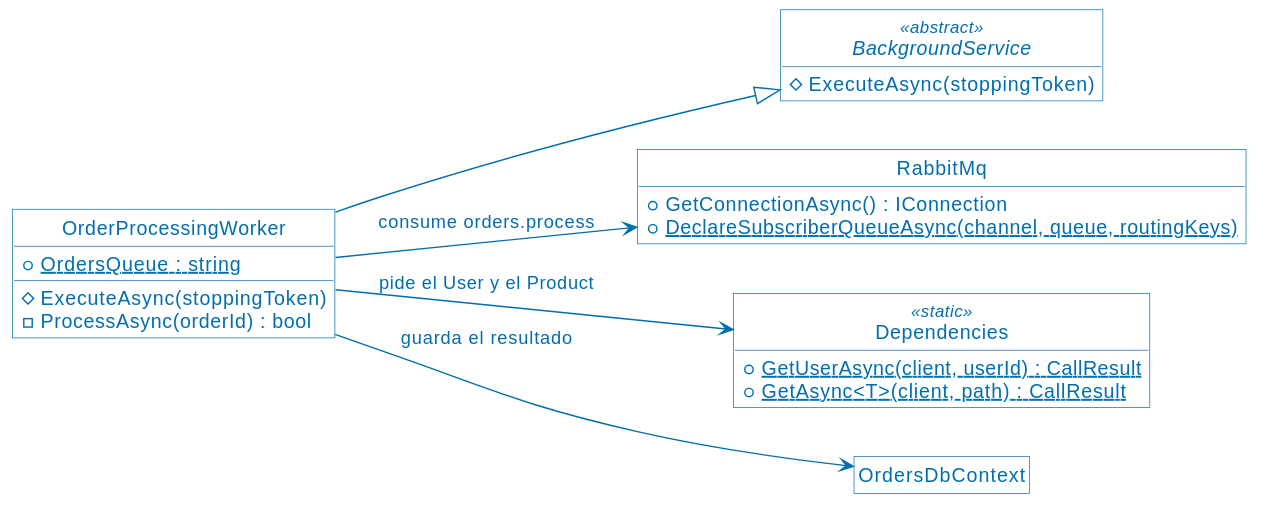
This is assets/07-competing-consumers-clases.svg from ucudal/ANDIS2_UT4_DEMO1, a PlantUML export, as it was before one commit.
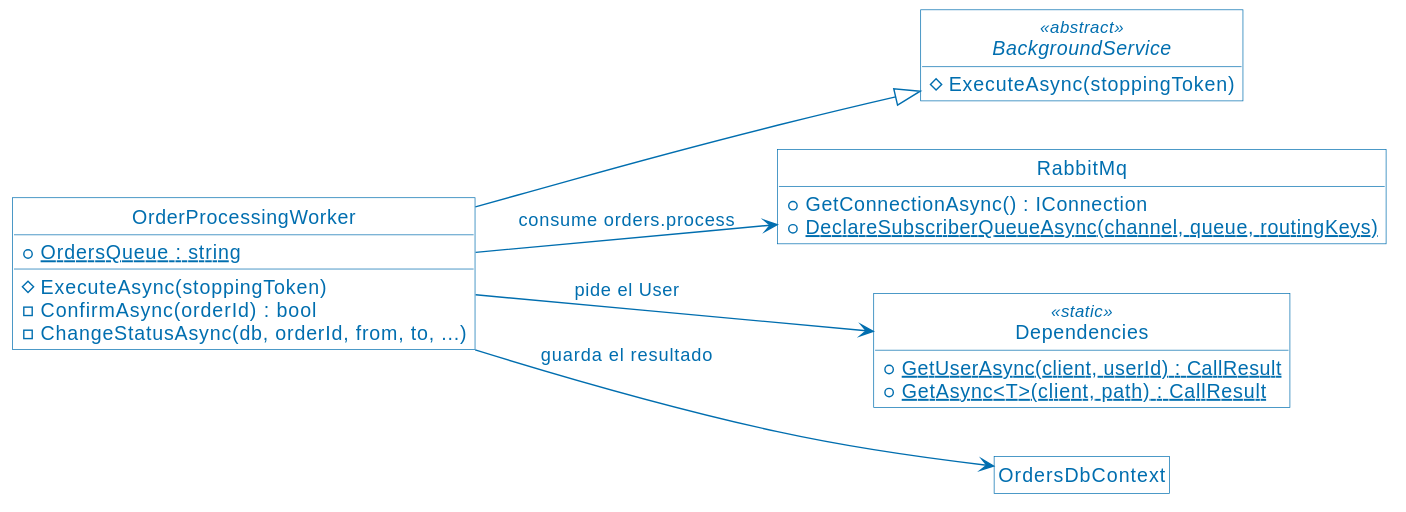
The same file after the commit.

What changed in the source:
```diff
@@ -9,7 +9,8 @@
 class OrderProcessingWorker {
   {static} +OrdersQueue : string
   #ExecuteAsync(stoppingToken)
-  -ProcessAsync(orderId) : bool
+  -ConfirmAsync(orderId) : bool
+  -ChangeStatusAsync(db, orderId, from, to, ...)
 }
 class RabbitMq {
   +GetConnectionAsync() : IConnection
@@ -23,6 +24,6 @@
 
 OrderProcessingWorker --|> BackgroundService
 OrderProcessingWorker --> RabbitMq : consume orders.process
-OrderProcessingWorker --> Dependencies : pide el User y el Product
+OrderProcessingWorker --> Dependencies : pide el User
 OrderProcessingWorker --> OrdersDbContext : guarda el resultado
 @enduml
```
